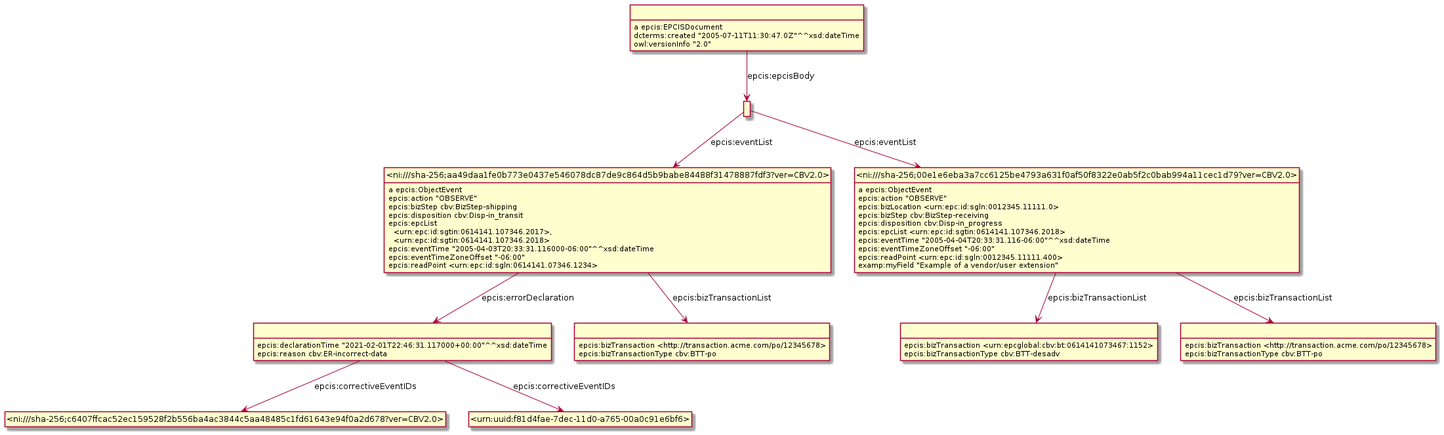
gs1/EPCIS keeps this PlantUML diagram as Diagrams/WithErrorDeclaration/Example_9.6.1-ObjectEvent-with-error-declaration.png. Above is the earlier version.
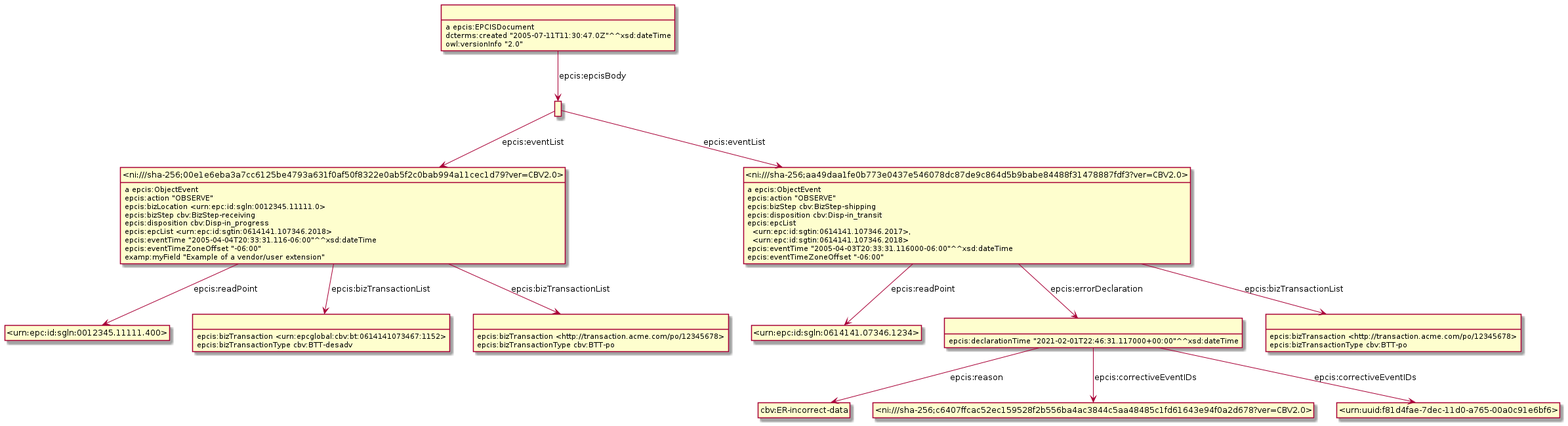
Later version of the same file.

Change to the diagram source:
```diff
@@ -3,35 +3,14 @@
 hide empty attributes
 hide circle
 skinparam classAttributeIconSize 0
-class _r1631889703r0_ as " "
-_r1631889703r0_ : epcis:bizTransaction <urn:epcglobal:cbv:bt:0614141073467:1152>
-_r1631889703r0_ : epcis:bizTransactionType cbv:BTT-desadv
-class _ni_sha_256_aa49daa1fe0b773e0437e546078dc87de9c864d5b9babe84488f31478887fdf3_ver_CBV2_0_ as "<ni:///sha-256;aa49daa1fe0b773e0437e546078dc87de9c864d5b9babe84488f31478887fdf3?ver=CBV2.0>"
-_ni_sha_256_aa49daa1fe0b773e0437e546078dc87de9c864d5b9babe84488f31478887fdf3_ver_CBV2_0_ : a epcis:ObjectEvent
-class _r1631889703r3_ as " "
-_ni_sha_256_aa49daa1fe0b773e0437e546078dc87de9c864d5b9babe84488f31478887fdf3_ver_CBV2_0_ -down-> _r1631889703r3_ : epcis:errorDeclaration
-class _r1631889703r2_ as " "
-_ni_sha_256_aa49daa1fe0b773e0437e546078dc87de9c864d5b9babe84488f31478887fdf3_ver_CBV2_0_ -down-> _r1631889703r2_ : epcis:bizTransactionList
-_ni_sha_256_aa49daa1fe0b773e0437e546078dc87de9c864d5b9babe84488f31478887fdf3_ver_CBV2_0_ : epcis:action "OBSERVE"
-_ni_sha_256_aa49daa1fe0b773e0437e546078dc87de9c864d5b9babe84488f31478887fdf3_ver_CBV2_0_ : epcis:bizStep cbv:BizStep-shipping
-_ni_sha_256_aa49daa1fe0b773e0437e546078dc87de9c864d5b9babe84488f31478887fdf3_ver_CBV2_0_ : epcis:disposition cbv:Disp-in_transit
-_ni_sha_256_aa49daa1fe0b773e0437e546078dc87de9c864d5b9babe84488f31478887fdf3_ver_CBV2_0_ : epcis:epcList\n  <urn:epc:id:sgtin:0614141.107346.2017>,\n  <urn:epc:id:sgtin:0614141.107346.2018>
-_ni_sha_256_aa49daa1fe0b773e0437e546078dc87de9c864d5b9babe84488f31478887fdf3_ver_CBV2_0_ : epcis:eventTime "2005-04-03T20:33:31.116000-06:00"^^xsd:dateTime
-_ni_sha_256_aa49daa1fe0b773e0437e546078dc87de9c864d5b9babe84488f31478887fdf3_ver_CBV2_0_ : epcis:eventTimeZoneOffset "-06:00"
-_ni_sha_256_aa49daa1fe0b773e0437e546078dc87de9c864d5b9babe84488f31478887fdf3_ver_CBV2_0_ : epcis:readPoint <urn:epc:id:sgln:0614141.07346.1234>
-class _ni_sha_256_c6407ffcac52ec159528f2b556ba4ac3844c5aa48485c1fd61643e94f0a2d678_ver_CBV2_0_ as "<ni:///sha-256;c6407ffcac52ec159528f2b556ba4ac3844c5aa48485c1fd61643e94f0a2d678?ver=CBV2.0>"
-_r1631889703r3_ -down-> _ni_sha_256_c6407ffcac52ec159528f2b556ba4ac3844c5aa48485c1fd61643e94f0a2d678_ver_CBV2_0_ : epcis:correctiveEventIDs
-class _urn_uuid_f81d4fae_7dec_11d0_a765_00a0c91e6bf6_ as "<urn:uuid:f81d4fae-7dec-11d0-a765-00a0c91e6bf6>"
-_r1631889703r3_ -down-> _urn_uuid_f81d4fae_7dec_11d0_a765_00a0c91e6bf6_ : epcis:correctiveEventIDs
-_r1631889703r3_ : epcis:declarationTime "2021-02-01T22:46:31.117000+00:00"^^xsd:dateTime
-_r1631889703r3_ : epcis:reason cbv:ER-incorrect-data
-class _r1631889703r1_ as " "
-_r1631889703r1_ : epcis:bizTransaction <http://transaction.acme.com/po/12345678>
-_r1631889703r1_ : epcis:bizTransactionType cbv:BTT-po
 class _ni_sha_256_00e1e6eba3a7cc6125be4793a631f0af50f8322e0ab5f2c0bab994a11cec1d79_ver_CBV2_0_ as "<ni:///sha-256;00e1e6eba3a7cc6125be4793a631f0af50f8322e0ab5f2c0bab994a11cec1d79?ver=CBV2.0>"
 _ni_sha_256_00e1e6eba3a7cc6125be4793a631f0af50f8322e0ab5f2c0bab994a11cec1d79_ver_CBV2_0_ : a epcis:ObjectEvent
-_ni_sha_256_00e1e6eba3a7cc6125be4793a631f0af50f8322e0ab5f2c0bab994a11cec1d79_ver_CBV2_0_ -down-> _r1631889703r1_ : epcis:bizTransactionList
-_ni_sha_256_00e1e6eba3a7cc6125be4793a631f0af50f8322e0ab5f2c0bab994a11cec1d79_ver_CBV2_0_ -down-> _r1631889703r0_ : epcis:bizTransactionList
+class _urn_epc_id_sgln_0012345_11111_400_ as "<urn:epc:id:sgln:0012345.11111.400>"
+_ni_sha_256_00e1e6eba3a7cc6125be4793a631f0af50f8322e0ab5f2c0bab994a11cec1d79_ver_CBV2_0_ -down-> _urn_epc_id_sgln_0012345_11111_400_ : epcis:readPoint
+class _r1632232142r0_ as " "
+_ni_sha_256_00e1e6eba3a7cc6125be4793a631f0af50f8322e0ab5f2c0bab994a11cec1d79_ver_CBV2_0_ -down-> _r1632232142r0_ : epcis:bizTransactionList
+class _r1632232142r1_ as " "
+_ni_sha_256_00e1e6eba3a7cc6125be4793a631f0af50f8322e0ab5f2c0bab994a11cec1d79_ver_CBV2_0_ -down-> _r1632232142r1_ : epcis:bizTransactionList
 _ni_sha_256_00e1e6eba3a7cc6125be4793a631f0af50f8322e0ab5f2c0bab994a11cec1d79_ver_CBV2_0_ : epcis:action "OBSERVE"
 _ni_sha_256_00e1e6eba3a7cc6125be4793a631f0af50f8322e0ab5f2c0bab994a11cec1d79_ver_CBV2_0_ : epcis:bizLocation <urn:epc:id:sgln:0012345.11111.0>
 _ni_sha_256_00e1e6eba3a7cc6125be4793a631f0af50f8322e0ab5f2c0bab994a11cec1d79_ver_CBV2_0_ : epcis:bizStep cbv:BizStep-receiving
@@ -39,16 +18,40 @@
 _ni_sha_256_00e1e6eba3a7cc6125be4793a631f0af50f8322e0ab5f2c0bab994a11cec1d79_ver_CBV2_0_ : epcis:epcList <urn:epc:id:sgtin:0614141.107346.2018>
 _ni_sha_256_00e1e6eba3a7cc6125be4793a631f0af50f8322e0ab5f2c0bab994a11cec1d79_ver_CBV2_0_ : epcis:eventTime "2005-04-04T20:33:31.116-06:00"^^xsd:dateTime
 _ni_sha_256_00e1e6eba3a7cc6125be4793a631f0af50f8322e0ab5f2c0bab994a11cec1d79_ver_CBV2_0_ : epcis:eventTimeZoneOffset "-06:00"
-_ni_sha_256_00e1e6eba3a7cc6125be4793a631f0af50f8322e0ab5f2c0bab994a11cec1d79_ver_CBV2_0_ : epcis:readPoint <urn:epc:id:sgln:0012345.11111.400>
 _ni_sha_256_00e1e6eba3a7cc6125be4793a631f0af50f8322e0ab5f2c0bab994a11cec1d79_ver_CBV2_0_ : examp:myField "Example of a vendor/user extension"
-class _r1631889703r5_ as " "
-_r1631889703r5_ -down-> _ni_sha_256_00e1e6eba3a7cc6125be4793a631f0af50f8322e0ab5f2c0bab994a11cec1d79_ver_CBV2_0_ : epcis:eventList
-_r1631889703r5_ -down-> _ni_sha_256_aa49daa1fe0b773e0437e546078dc87de9c864d5b9babe84488f31478887fdf3_ver_CBV2_0_ : epcis:eventList
-_r1631889703r2_ : epcis:bizTransaction <http://transaction.acme.com/po/12345678>
-_r1631889703r2_ : epcis:bizTransactionType cbv:BTT-po
-class _r1631889703r4_ as " "
-_r1631889703r4_ : a epcis:EPCISDocument
-_r1631889703r4_ -down-> _r1631889703r5_ : epcis:epcisBody
-_r1631889703r4_ : dcterms:created "2005-07-11T11:30:47.0Z"^^xsd:dateTime
-_r1631889703r4_ : owl:versionInfo "2.0"
+class _ni_sha_256_aa49daa1fe0b773e0437e546078dc87de9c864d5b9babe84488f31478887fdf3_ver_CBV2_0_ as "<ni:///sha-256;aa49daa1fe0b773e0437e546078dc87de9c864d5b9babe84488f31478887fdf3?ver=CBV2.0>"
+_ni_sha_256_aa49daa1fe0b773e0437e546078dc87de9c864d5b9babe84488f31478887fdf3_ver_CBV2_0_ : a epcis:ObjectEvent
+class _urn_epc_id_sgln_0614141_07346_1234_ as "<urn:epc:id:sgln:0614141.07346.1234>"
+_ni_sha_256_aa49daa1fe0b773e0437e546078dc87de9c864d5b9babe84488f31478887fdf3_ver_CBV2_0_ -down-> _urn_epc_id_sgln_0614141_07346_1234_ : epcis:readPoint
+class _r1632232142r3_ as " "
+_ni_sha_256_aa49daa1fe0b773e0437e546078dc87de9c864d5b9babe84488f31478887fdf3_ver_CBV2_0_ -down-> _r1632232142r3_ : epcis:errorDeclaration
+class _r1632232142r2_ as " "
+_ni_sha_256_aa49daa1fe0b773e0437e546078dc87de9c864d5b9babe84488f31478887fdf3_ver_CBV2_0_ -down-> _r1632232142r2_ : epcis:bizTransactionList
+_ni_sha_256_aa49daa1fe0b773e0437e546078dc87de9c864d5b9babe84488f31478887fdf3_ver_CBV2_0_ : epcis:action "OBSERVE"
+_ni_sha_256_aa49daa1fe0b773e0437e546078dc87de9c864d5b9babe84488f31478887fdf3_ver_CBV2_0_ : epcis:bizStep cbv:BizStep-shipping
+_ni_sha_256_aa49daa1fe0b773e0437e546078dc87de9c864d5b9babe84488f31478887fdf3_ver_CBV2_0_ : epcis:disposition cbv:Disp-in_transit
+_ni_sha_256_aa49daa1fe0b773e0437e546078dc87de9c864d5b9babe84488f31478887fdf3_ver_CBV2_0_ : epcis:epcList\n  <urn:epc:id:sgtin:0614141.107346.2017>,\n  <urn:epc:id:sgtin:0614141.107346.2018>
+_ni_sha_256_aa49daa1fe0b773e0437e546078dc87de9c864d5b9babe84488f31478887fdf3_ver_CBV2_0_ : epcis:eventTime "2005-04-03T20:33:31.116000-06:00"^^xsd:dateTime
+_ni_sha_256_aa49daa1fe0b773e0437e546078dc87de9c864d5b9babe84488f31478887fdf3_ver_CBV2_0_ : epcis:eventTimeZoneOffset "-06:00"
+class cbv_ER_incorrect_data as "cbv:ER-incorrect-data"
+_r1632232142r3_ -down-> cbv_ER_incorrect_data : epcis:reason
+class _ni_sha_256_c6407ffcac52ec159528f2b556ba4ac3844c5aa48485c1fd61643e94f0a2d678_ver_CBV2_0_ as "<ni:///sha-256;c6407ffcac52ec159528f2b556ba4ac3844c5aa48485c1fd61643e94f0a2d678?ver=CBV2.0>"
+_r1632232142r3_ -down-> _ni_sha_256_c6407ffcac52ec159528f2b556ba4ac3844c5aa48485c1fd61643e94f0a2d678_ver_CBV2_0_ : epcis:correctiveEventIDs
+class _urn_uuid_f81d4fae_7dec_11d0_a765_00a0c91e6bf6_ as "<urn:uuid:f81d4fae-7dec-11d0-a765-00a0c91e6bf6>"
+_r1632232142r3_ -down-> _urn_uuid_f81d4fae_7dec_11d0_a765_00a0c91e6bf6_ : epcis:correctiveEventIDs
+_r1632232142r3_ : epcis:declarationTime "2021-02-01T22:46:31.117000+00:00"^^xsd:dateTime
+_r1632232142r1_ : epcis:bizTransaction <http://transaction.acme.com/po/12345678>
+_r1632232142r1_ : epcis:bizTransactionType cbv:BTT-po
+class _r1632232142r4_ as " "
+_r1632232142r4_ : a epcis:EPCISDocument
+class _r1632232142r5_ as " "
+_r1632232142r4_ -down-> _r1632232142r5_ : epcis:epcisBody
+_r1632232142r4_ : dcterms:created "2005-07-11T11:30:47.0Z"^^xsd:dateTime
+_r1632232142r4_ : owl:versionInfo "2.0"
+_r1632232142r0_ : epcis:bizTransaction <urn:epcglobal:cbv:bt:0614141073467:1152>
+_r1632232142r0_ : epcis:bizTransactionType cbv:BTT-desadv
+_r1632232142r2_ : epcis:bizTransaction <http://transaction.acme.com/po/12345678>
+_r1632232142r2_ : epcis:bizTransactionType cbv:BTT-po
+_r1632232142r5_ -down-> _ni_sha_256_aa49daa1fe0b773e0437e546078dc87de9c864d5b9babe84488f31478887fdf3_ver_CBV2_0_ : epcis:eventList
+_r1632232142r5_ -down-> _ni_sha_256_00e1e6eba3a7cc6125be4793a631f0af50f8322e0ab5f2c0bab994a11cec1d79_ver_CBV2_0_ : epcis:eventList
 @enduml
```
